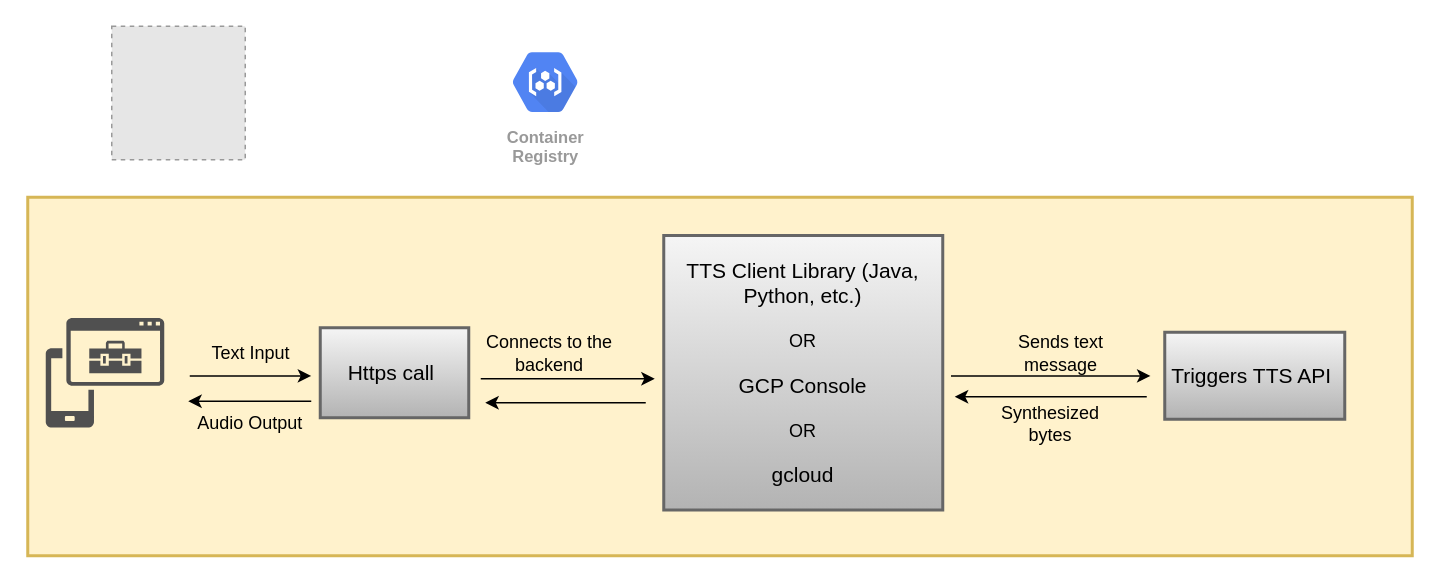
ashwini2206soni/tts-cloudrun keeps this draw.io diagram as page "Page-1" (1 of 2) of tts.drawio. Above is the earlier version. Source tidied: cells renumbered, new cells numbered last; positions are measured from the earlier drawing's top-left corner, leaving out a move shared by most shapes. Both pictures are drawn from the tidied source at 150%, with x=0, y=0 at pixel (27, 26). Pictures stored in the file or linked from it are replaced by grey dashed boxes.
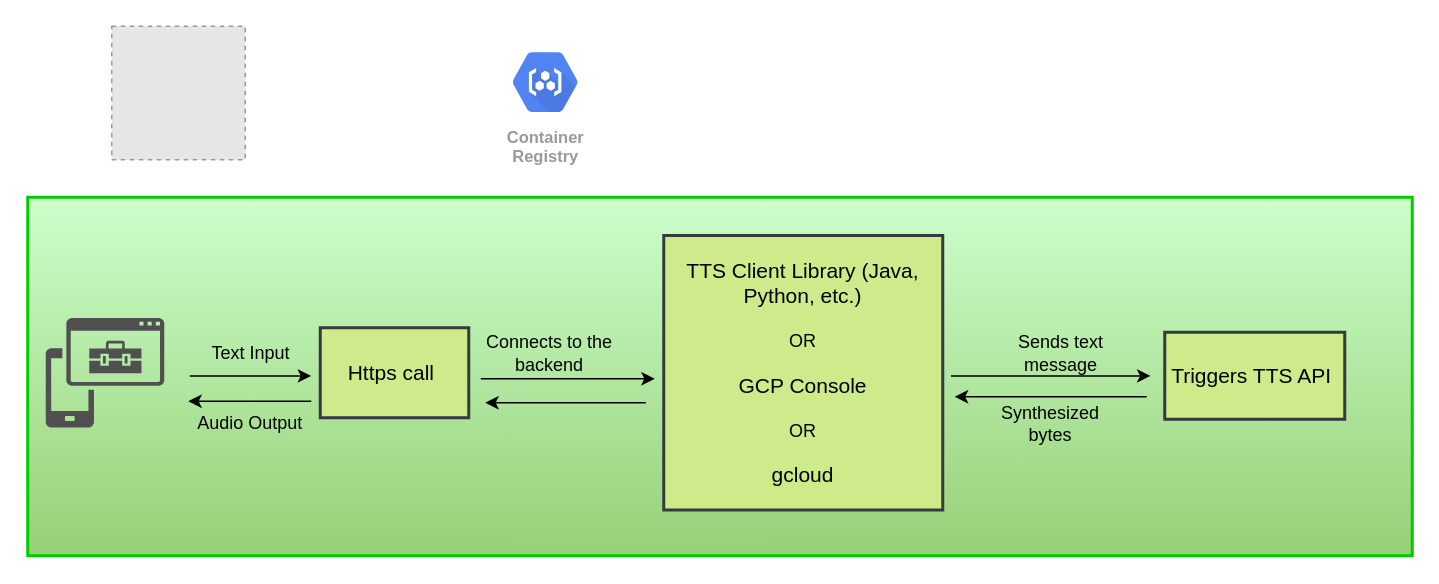
The same page after the edit.

What changed in the source:
```diff
@@
-    <mxCell id="2" style="rounded=0;whiteSpace=wrap;html=1;strokeWidth=2;fillColor=#fff2cc;strokeColor=#d6b656;" parent="1" vertex="1">
+    <mxCell id="2" style="rounded=0;whiteSpace=wrap;html=1;strokeWidth=2;gradientColor=#97d077;strokeColor=#00CC00;fillColor=#CCFFCC;" parent="1" vertex="1">
       <mxGeometry y="114" width="923" height="239" as="geometry" />
     </mxCell>
@@
-    <mxCell id="4" value="&lt;font style=&quot;font-size: 14px&quot;&gt;Https call&amp;nbsp;&lt;/font&gt;" style="rounded=0;whiteSpace=wrap;html=1;strokeWidth=2;fillColor=#f5f5f5;strokeColor=#666666;gradientColor=#b3b3b3;" parent="1" vertex="1">
+    <mxCell id="4" value="&lt;font style=&quot;font-size: 14px&quot;&gt;Https call&amp;nbsp;&lt;/font&gt;" style="rounded=0;whiteSpace=wrap;html=1;strokeWidth=2;fillColor=#cdeb8b;strokeColor=#36393d;" parent="1" vertex="1">
       <mxGeometry x="195" y="201" width="99" height="60" as="geometry" />
     </mxCell>
-    <mxCell id="5" value="&lt;font&gt;&lt;span style=&quot;font-size: 14px&quot;&gt;TTS Client Library (Java, Python, etc.)&lt;/span&gt;&lt;br&gt;&lt;br&gt;&lt;font style=&quot;font-size: 12px&quot;&gt;OR&lt;/font&gt;&lt;br&gt;&lt;br&gt;&lt;span style=&quot;font-size: 14px&quot;&gt;GCP Console&lt;/span&gt;&lt;br&gt;&lt;br&gt;&lt;font style=&quot;font-size: 12px&quot;&gt;OR&lt;/font&gt;&lt;br&gt;&lt;br&gt;&lt;span style=&quot;font-size: 14px&quot;&gt;gcloud&lt;/span&gt;&lt;/font&gt;" style="rounded=0;whiteSpace=wrap;html=1;strokeWidth=2;gradientColor=#b3b3b3;fillColor=#f5f5f5;strokeColor=#666666;" parent="1" vertex="1">
+    <mxCell id="5" value="&lt;font&gt;&lt;span style=&quot;font-size: 14px&quot;&gt;TTS Client Library (Java, Python, etc.)&lt;/span&gt;&lt;br&gt;&lt;br&gt;&lt;font style=&quot;font-size: 12px&quot;&gt;OR&lt;/font&gt;&lt;br&gt;&lt;br&gt;&lt;span style=&quot;font-size: 14px&quot;&gt;GCP Console&lt;/span&gt;&lt;br&gt;&lt;br&gt;&lt;font style=&quot;font-size: 12px&quot;&gt;OR&lt;/font&gt;&lt;br&gt;&lt;br&gt;&lt;span style=&quot;font-size: 14px&quot;&gt;gcloud&lt;/span&gt;&lt;/font&gt;" style="rounded=0;whiteSpace=wrap;html=1;strokeWidth=2;strokeColor=#36393d;fillColor=#cdeb8b;" parent="1" vertex="1">
       <mxGeometry x="424" y="139.5" width="186" height="183" as="geometry" />
     </mxCell>
-    <mxCell id="6" value="&lt;font style=&quot;font-size: 14px&quot;&gt;Triggers TTS API&amp;nbsp;&lt;/font&gt;" style="rounded=0;whiteSpace=wrap;html=1;strokeWidth=2;gradientColor=#b3b3b3;fillColor=#f5f5f5;strokeColor=#666666;" parent="1" vertex="1">
+    <mxCell id="6" value="&lt;font style=&quot;font-size: 14px&quot;&gt;Triggers TTS API&amp;nbsp;&lt;/font&gt;" style="rounded=0;whiteSpace=wrap;html=1;strokeWidth=2;strokeColor=#36393d;fillColor=#cdeb8b;" parent="1" vertex="1">
       <mxGeometry x="758" y="204" width="120" height="58" as="geometry" />
     </mxCell>
```
